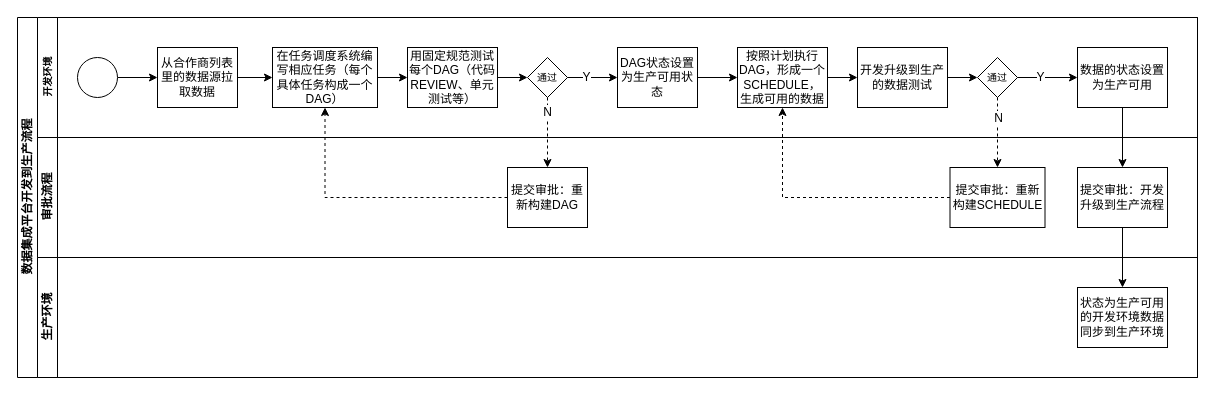
jayed008/notebook keeps this draw.io diagram as drawio/数据集成平台升级方案.drawio. Above is the earlier version. Source tidied: cells renumbered, new cells numbered last; positions are measured from the earlier drawing's top-left corner, leaving out a move shared by most shapes. Both pictures are drawn from the tidied source at 100%, with x=0, y=0 at pixel (17, 17).
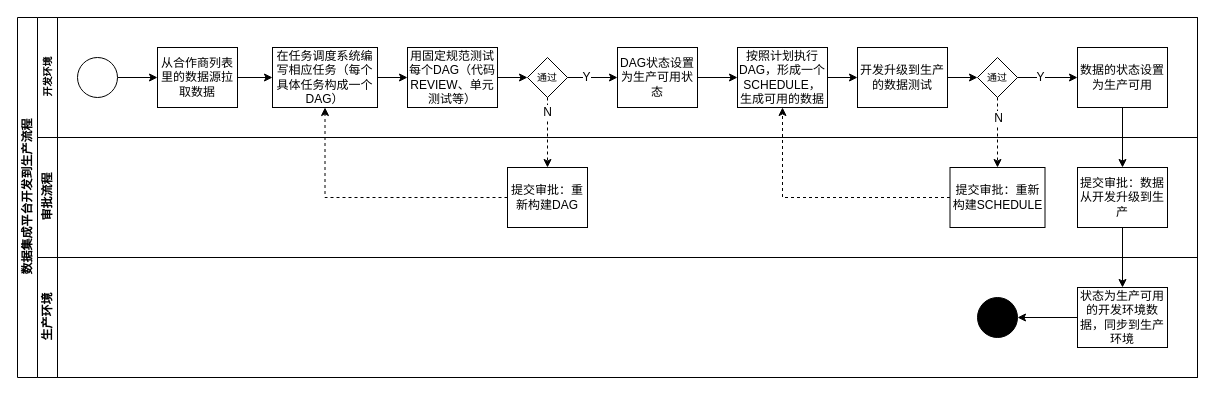
Above is the later version.

Commit message:
Update 数据集成平台升级方案.drawio

Unchanged cells that the change refers to:
```xml
<mxCell id="25" value="审批流程" style="swimlane;html=1;startSize=20;horizontal=0;" parent="2" vertex="1">
  <mxGeometry x="20" y="120" width="1160" height="120" as="geometry" />
</mxCell>
<mxCell id="29" value="生产环境" style="swimlane;html=1;startSize=20;horizontal=0;" parent="2" vertex="1">
  <mxGeometry x="20" y="240" width="1160" height="120" as="geometry" />
</mxCell>
```

Change to the diagram source:
```diff
@@
-    <mxCell id="27" value="提交审批：开发升级到生产流程" style="rounded=0;whiteSpace=wrap;html=1;fontFamily=Helvetica;fontSize=12;fontColor=#000000;align=center;" parent="25" vertex="1">
+    <mxCell id="27" value="提交审批：数据从开发升级到生产" style="rounded=0;whiteSpace=wrap;html=1;fontFamily=Helvetica;fontSize=12;fontColor=#000000;align=center;" parent="25" vertex="1">
       <mxGeometry x="1040" y="30" width="90" height="60" as="geometry" />
     </mxCell>
@@
-    <mxCell id="30" value="状态为生产可用的开发环境数据同步到生产环境" style="rounded=0;whiteSpace=wrap;html=1;fontFamily=Helvetica;fontSize=12;fontColor=#000000;align=center;" parent="29" vertex="1">
+    <mxCell id="30" value="状态为生产可用的开发环境数据，同步到生产环境" style="rounded=0;whiteSpace=wrap;html=1;fontFamily=Helvetica;fontSize=12;fontColor=#000000;align=center;" parent="29" vertex="1">
       <mxGeometry x="1040" y="30" width="90" height="60" as="geometry" />
     </mxCell>
+    <mxCell id="39" style="ellipse;whiteSpace=wrap;html=1;fillColor=#0000000;" parent="29" vertex="1">
+      <mxGeometry x="940" y="40" width="40" height="40" as="geometry" />
+    </mxCell>
+    <mxCell id="40" style="endArrow=classic;html=1;fontSize=12;" parent="29" edge="1" source="30" target="39">
+      <mxGeometry relative="1" as="geometry" />
+    </mxCell>
```
